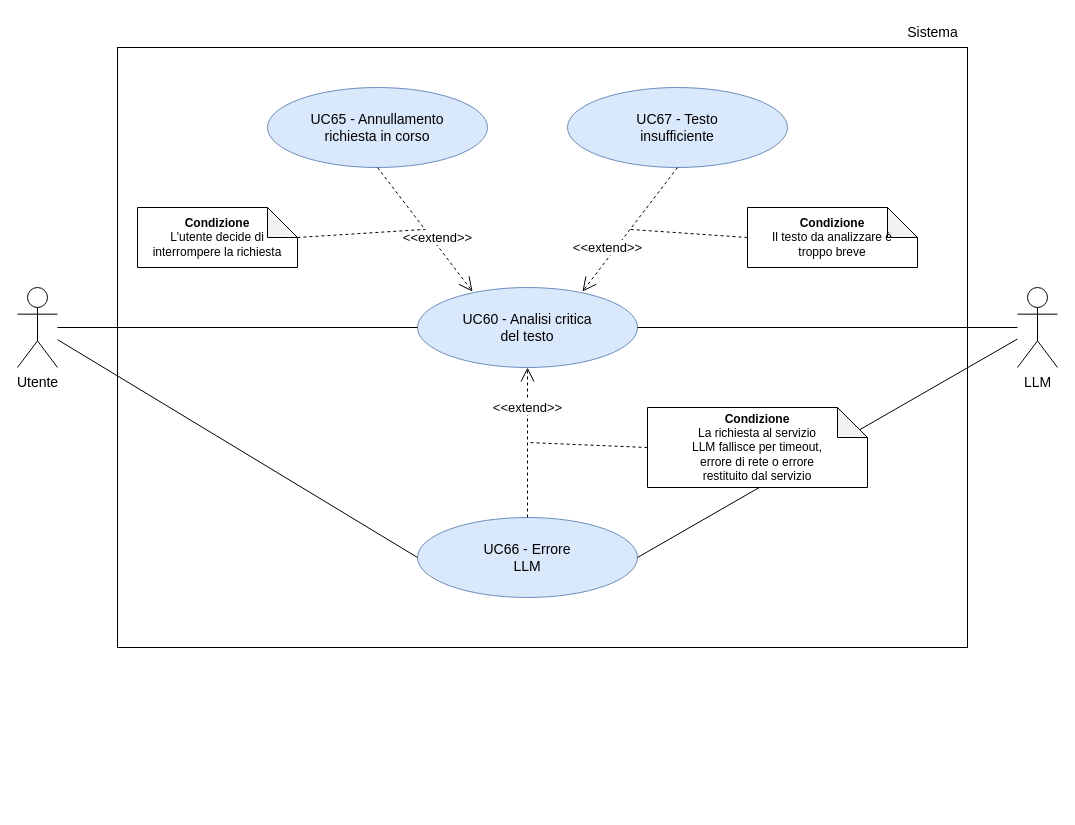
Before: RTB/doc_esterna/analisi-dei-requisiti/assets/draw.io/UC60.drawio in thebitless-group-swe/thebitless.github.io, a draw.io diagram. Source tidied: cells renumbered, new cells numbered last; positions are measured from the earlier drawing's top-left corner, leaving out a move shared by most shapes. Both pictures are drawn from the tidied source at 100%, with x=0, y=0 at pixel (17, 17).
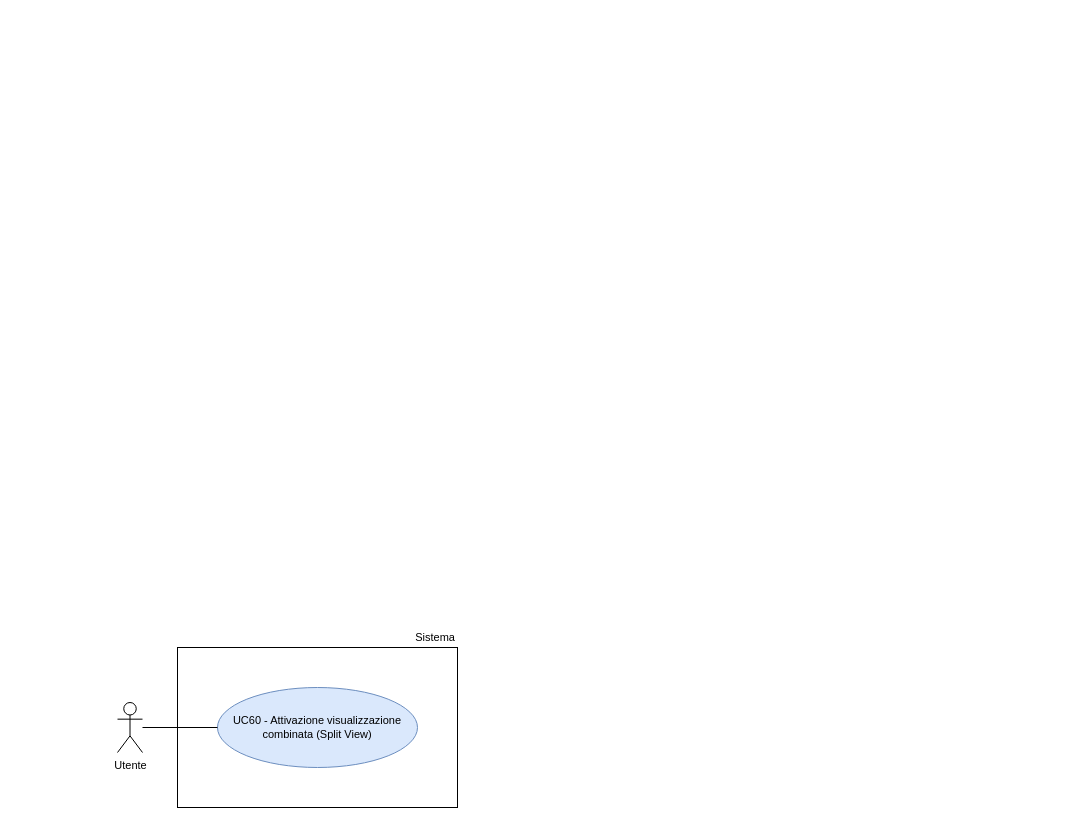
After the change.

What changed in the source:
```diff
@@
+    <mxCell id="4" value="Utente" style="shape=umlActor;verticalLabelPosition=bottom;verticalAlign=top;html=1;outlineConnect=0;fontSize=11;" parent="1" vertex="1">
+      <mxGeometry x="100" y="685" width="25" height="50" as="geometry" />
+    </mxCell>
+    <mxCell id="23" style="rounded=0;whiteSpace=wrap;html=1;strokeWidth=1;" parent="1" vertex="1">
+      <mxGeometry x="160" y="630" width="280" height="160" as="geometry" />
+    </mxCell>
-    <mxCell id="2" value="Sistema" style="text;html=1;align=center;verticalAlign=middle;strokeColor=none;fillColor=none;fontSize=14;" parent="1" vertex="1">
-      <mxGeometry x="880" width="70" height="30" as="geometry" />
+    <mxCell id="2" value="Sistema" style="text;html=1;whiteSpace=wrap;strokeColor=none;fillColor=none;align=right;verticalAlign=middle;fontSize=11;" parent="1" vertex="1">
+      <mxGeometry x="370" y="610" width="70" height="20" as="geometry" />
     </mxCell>
-    <mxCell id="3" style="whiteSpace=wrap;html=1;fillColor=none;strokeColor=#000000;" parent="1" vertex="1">
-      <mxGeometry x="100" y="30" width="850" height="600" as="geometry" />
-    </mxCell>
-    <mxCell id="4" value="Utente" style="shape=umlActor;verticalLabelPosition=bottom;verticalAlign=top;html=1;outlineConnect=0;fontSize=14;" parent="1" vertex="1">
-      <mxGeometry y="270" width="40" height="80" as="geometry" />
-    </mxCell>
-    <mxCell id="5" value="LLM" style="shape=umlActor;verticalLabelPosition=bottom;verticalAlign=top;html=1;outlineConnect=0;fontSize=14;" parent="1" vertex="1">
-      <mxGeometry x="1000" y="270" width="40" height="80" as="geometry" />
-    </mxCell>
-    <mxCell id="6" value="UC60 - Analisi critica&lt;br&gt;del testo" style="ellipse;whiteSpace=wrap;html=1;fillColor=#dae8fc;strokeColor=#6c8ebf;fontSize=14;" parent="1" vertex="1">
-      <mxGeometry x="400" y="270" width="220" height="80" as="geometry" />
-    </mxCell>
-    <mxCell id="7" value="UC65 - Annullamento&lt;br&gt;richiesta in corso" style="ellipse;whiteSpace=wrap;html=1;fillColor=#dae8fc;strokeColor=#6c8ebf;fontSize=14;" parent="1" vertex="1">
-      <mxGeometry x="250" y="70" width="220" height="80" as="geometry" />
-    </mxCell>
-    <mxCell id="8" value="UC67 - Testo&lt;br&gt;insufficiente" style="ellipse;whiteSpace=wrap;html=1;fillColor=#dae8fc;strokeColor=#6c8ebf;fontSize=14;" parent="1" vertex="1">
-      <mxGeometry x="550" y="70" width="220" height="80" as="geometry" />
-    </mxCell>
-    <mxCell id="9" value="UC66 - Errore&lt;br&gt;LLM" style="ellipse;whiteSpace=wrap;html=1;fillColor=#dae8fc;strokeColor=#6c8ebf;fontSize=14;" parent="1" vertex="1">
-      <mxGeometry x="400" y="500" width="220" height="80" as="geometry" />
-    </mxCell>
-    <mxCell id="10" style="endArrow=none;html=1;rounded=0;entryX=0;entryY=0.5;entryDx=0;entryDy=0;" parent="1" edge="1" source="4" target="6">
-      <mxGeometry relative="1" as="geometry" />
-    </mxCell>
-    <mxCell id="11" style="endArrow=none;html=1;rounded=0;entryX=1;entryY=0.5;entryDx=0;entryDy=0;" parent="1" edge="1" source="5" target="6">
-      <mxGeometry relative="1" as="geometry" />
-    </mxCell>
-    <mxCell id="12" style="endArrow=none;html=1;rounded=0;entryX=0;entryY=0.5;entryDx=0;entryDy=0;" parent="1" edge="1" source="4" target="9">
-      <mxGeometry relative="1" as="geometry" />
-    </mxCell>
-    <mxCell id="13" style="endArrow=none;html=1;rounded=0;entryX=1;entryY=0.5;entryDx=0;entryDy=0;" parent="1" edge="1" source="5" target="9">
-      <mxGeometry relative="1" as="geometry" />
-    </mxCell>
-    <mxCell id="14" value="&lt;font style=&quot;font-size: 13px;&quot;&gt;&amp;lt;&amp;lt;extend&amp;gt;&amp;gt;&lt;/font&gt;" style="endArrow=open;endSize=12;dashed=1;html=1;rounded=0;exitX=0.5;exitY=1;exitDx=0;exitDy=0;entryX=0.25;entryY=0.05;entryDx=0;entryDy=0;entryPerimeter=0;" parent="1" edge="1" source="7" target="6">
-      <mxGeometry x="0.18" y="5" relative="1" as="geometry" />
-    </mxCell>
-    <mxCell id="15" value="&lt;font style=&quot;font-size: 13px;&quot;&gt;&amp;lt;&amp;lt;extend&amp;gt;&amp;gt;&lt;/font&gt;" style="endArrow=open;endSize=12;dashed=1;html=1;rounded=0;exitX=0.5;exitY=1;exitDx=0;exitDy=0;entryX=0.75;entryY=0.05;entryDx=0;entryDy=0;entryPerimeter=0;" parent="1" edge="1" source="8" target="6">
-      <mxGeometry x="0.36" y="-7" relative="1" as="geometry" />
-    </mxCell>
-    <mxCell id="16" value="&lt;font style=&quot;font-size: 13px;&quot;&gt;&amp;lt;&amp;lt;extend&amp;gt;&amp;gt;&lt;/font&gt;" style="endArrow=open;endSize=12;dashed=1;html=1;rounded=0;exitX=0.5;exitY=0;exitDx=0;exitDy=0;entryX=0.5;entryY=1;entryDx=0;entryDy=0;" parent="1" edge="1" source="9" target="6">
-      <mxGeometry x="0.47" relative="1" as="geometry" />
-    </mxCell>
-    <mxCell id="17" value="&lt;b&gt;Condizione&lt;/b&gt;&lt;br&gt;L'utente decide di&lt;br&gt;interrompere la richiesta" style="shape=note;whiteSpace=wrap;html=1;backgroundOutline=1;darkOpacity=0.05;fontSize=12;align=center;" parent="1" vertex="1">
-      <mxGeometry x="120" y="190" width="160" height="60" as="geometry" />
-    </mxCell>
-    <mxCell id="18" value="&lt;b&gt;Condizione&lt;/b&gt;&lt;br&gt;Il testo da analizzare è&lt;br&gt;troppo breve" style="shape=note;whiteSpace=wrap;html=1;backgroundOutline=1;darkOpacity=0.05;fontSize=12;align=center;" parent="1" vertex="1">
-      <mxGeometry x="730" y="190" width="170" height="60" as="geometry" />
-    </mxCell>
-    <mxCell id="19" value="&lt;b&gt;Condizione&lt;/b&gt;&lt;br&gt;La richiesta al servizio&lt;br&gt;LLM fallisce per timeout,&lt;br&gt;errore di rete o errore&lt;br&gt;restituito dal servizio" style="shape=note;whiteSpace=wrap;html=1;backgroundOutline=1;darkOpacity=0.05;fontSize=12;align=center;" parent="1" vertex="1">
-      <mxGeometry x="630" y="390" width="220" height="80" as="geometry" />
-    </mxCell>
-    <mxCell id="20" style="endArrow=none;dashed=1;html=1;rounded=0;exitX=1;exitY=0.5;exitDx=0;exitDy=0;exitPerimeter=0;" parent="1" edge="1" source="17" target="14">
-      <mxGeometry relative="1" as="geometry" />
-    </mxCell>
-    <mxCell id="21" style="endArrow=none;dashed=1;html=1;rounded=0;exitX=0;exitY=0.5;exitDx=0;exitDy=0;exitPerimeter=0;" parent="1" edge="1" source="18" target="15">
-      <mxGeometry relative="1" as="geometry" />
-    </mxCell>
-    <mxCell id="22" style="endArrow=none;dashed=1;html=1;rounded=0;exitX=0;exitY=0.5;exitDx=0;exitDy=0;exitPerimeter=0;" parent="1" edge="1" source="19" target="16">
-      <mxGeometry relative="1" as="geometry" />
-    </mxCell>
+    <mxCell id="24" value="UC60 - Attivazione visualizzazione combinata (Split View)" style="ellipse;whiteSpace=wrap;html=1;fillColor=#dae8fc;strokeColor=#6c8ebf;fontSize=11;" parent="1" vertex="1">
+      <mxGeometry x="200" y="670" width="200" height="80" as="geometry" />
+    </mxCell>
+    <mxCell id="25" style="edgeStyle=none;rounded=0;jettySize=auto;html=1;endArrow=none;endFill=0;" parent="1" edge="1" source="4" target="24">
+      <mxGeometry relative="1" as="geometry" />
+    </mxCell>
```
